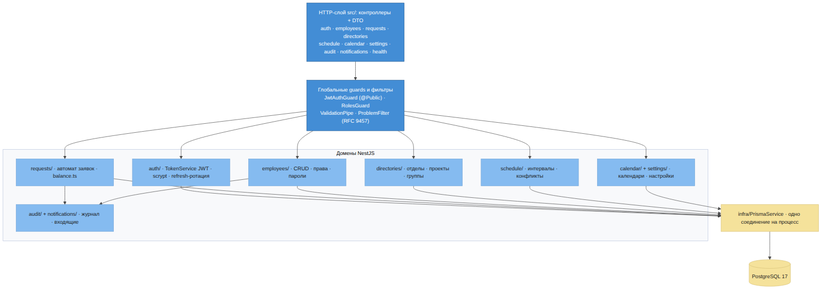
Before: docs/specs/diagrams/03-c3-components.png, a diagram exported from Mermaid (ayurasov/vacation-planner). Its source is kept beside it as tools/diagrams/src/03-c3-components.mmd. Its diagram source:
```mermaid
flowchart TB
    CTRL["HTTP-слой src/: контроллеры + DTO<br/>auth · employees · requests · directories<br/>schedule · calendar · settings · audit · notifications · health"]
    MW["Глобальные guards и фильтры<br/>JwtAuthGuard (@Public) · RolesGuard<br/>ValidationPipe · ProblemFilter (RFC 9457)"]
    subgraph domain["Домены NestJS"]
        AUTH["auth/ · TokenService JWT · scrypt · refresh-ротация"]
        REQ["requests/ · автомат заявок · balance.ts"]
        EMP["employees/ · CRUD · права · пароли"]
        DIR["directories/ · отделы · проекты · группы"]
        SCH["schedule/ · интервалы · конфликты"]
        AUD["audit/ + notifications/ · журнал · входящие"]
        CAL["calendar/ + settings/ · календари · настройки"]
    end
    PRISMA["infra/PrismaService · одно соединение на процесс"]
    DB[("PostgreSQL 17")]
    CTRL --> MW
    MW --> AUTH
    MW --> REQ
    MW --> EMP
    MW --> DIR
    MW --> SCH
    MW --> CAL
    REQ --> AUD
    EMP --> AUD
    AUTH --> PRISMA
    REQ --> PRISMA
    EMP --> PRISMA
    DIR --> PRISMA
    SCH --> PRISMA
    CAL --> PRISMA
    PRISMA --> DB
    classDef layer fill:#438DD5,color:#fff,stroke:#2E6295
    classDef dom fill:#85BBF0,color:#1F1F1F,stroke:#78A8D8
    classDef store fill:#F5E29B,color:#1F1F1F,stroke:#D9C27A
    class MW,CTRL layer
    class AUTH,REQ,EMP,DIR,SCH,AUD,CAL dom
    class PRISMA,DB store
```
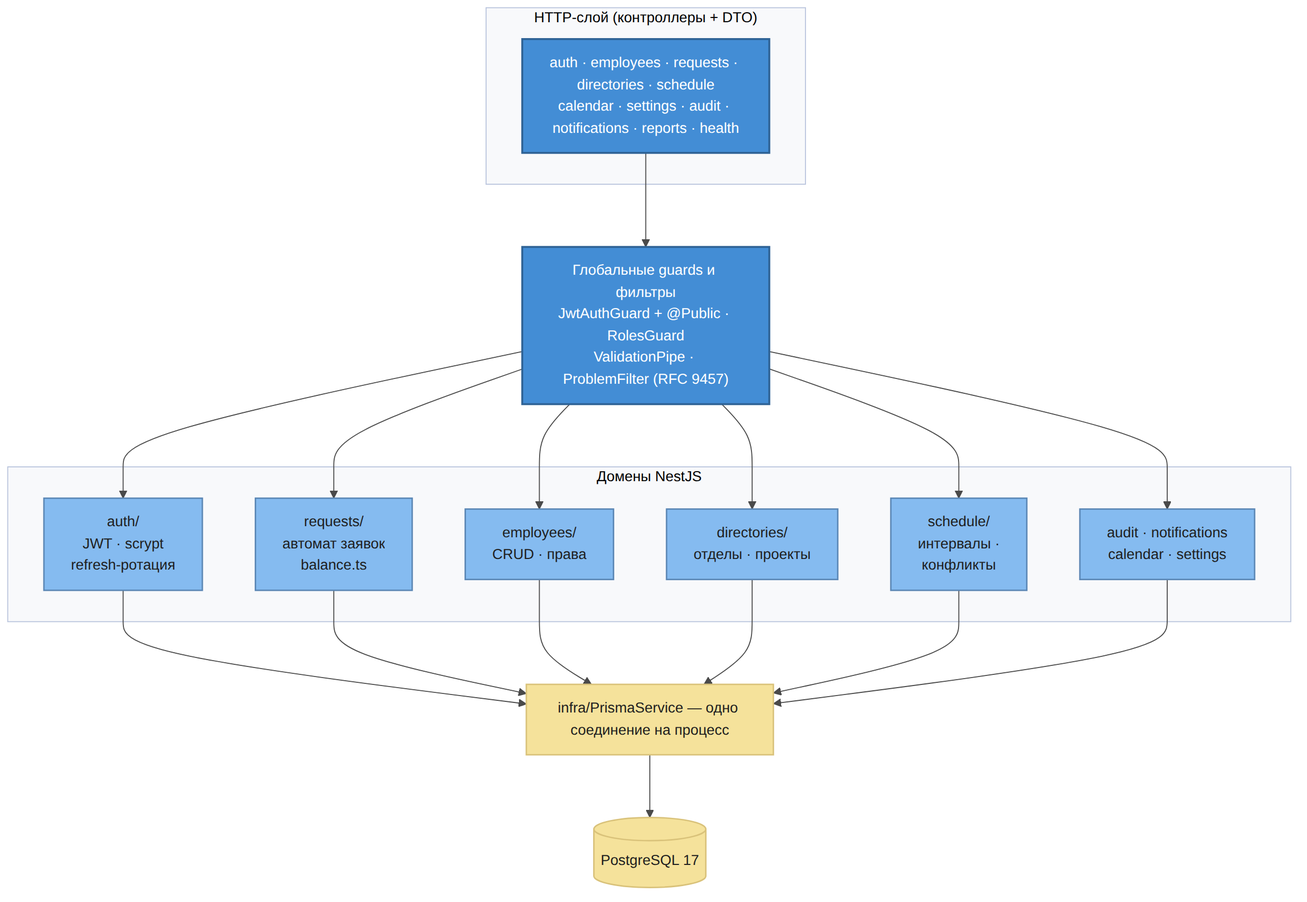
Later version of the same file.

What changed in the source:
```diff
@@ -1,36 +1,26 @@
 flowchart TB
-    CTRL["HTTP-слой src/: контроллеры + DTO<br/>auth · employees · requests · directories<br/>schedule · calendar · settings · audit · notifications · health"]
-    MW["Глобальные guards и фильтры<br/>JwtAuthGuard (@Public) · RolesGuard<br/>ValidationPipe · ProblemFilter (RFC 9457)"]
+    subgraph http["HTTP-слой (контроллеры + DTO)"]
+        CTRL["auth · employees · requests · directories · schedule<br/>calendar · settings · audit · notifications · reports · health"]
+    end
+    MW["Глобальные guards и фильтры<br/>JwtAuthGuard + @Public · RolesGuard<br/>ValidationPipe · ProblemFilter (RFC 9457)"]
     subgraph domain["Домены NestJS"]
-        AUTH["auth/ · TokenService JWT · scrypt · refresh-ротация"]
-        REQ["requests/ · автомат заявок · balance.ts"]
-        EMP["employees/ · CRUD · права · пароли"]
-        DIR["directories/ · отделы · проекты · группы"]
-        SCH["schedule/ · интервалы · конфликты"]
-        AUD["audit/ + notifications/ · журнал · входящие"]
-        CAL["calendar/ + settings/ · календари · настройки"]
+        direction LR
+        AUTH["auth/<br/>JWT · scrypt<br/>refresh-ротация"]
+        REQ["requests/<br/>автомат заявок<br/>balance.ts"]
+        EMP["employees/<br/>CRUD · права"]
+        DIR["directories/<br/>отделы · проекты"]
+        SCH["schedule/<br/>интервалы ·<br/>конфликты"]
+        AUX["audit · notifications<br/>calendar · settings"]
     end
-    PRISMA["infra/PrismaService · одно соединение на процесс"]
+    PRISMA["infra/PrismaService — одно соединение на процесс"]
     DB[("PostgreSQL 17")]
     CTRL --> MW
-    MW --> AUTH
-    MW --> REQ
-    MW --> EMP
-    MW --> DIR
-    MW --> SCH
-    MW --> CAL
-    REQ --> AUD
-    EMP --> AUD
-    AUTH --> PRISMA
-    REQ --> PRISMA
-    EMP --> PRISMA
-    DIR --> PRISMA
-    SCH --> PRISMA
-    CAL --> PRISMA
+    MW --> AUTH & REQ & EMP & DIR & SCH & AUX
     PRISMA --> DB
-    classDef layer fill:#438DD5,color:#fff,stroke:#2E6295
-    classDef dom fill:#85BBF0,color:#1F1F1F,stroke:#78A8D8
-    classDef store fill:#F5E29B,color:#1F1F1F,stroke:#D9C27A
+    AUTH & REQ & EMP & DIR & SCH & AUX --> PRISMA
+    classDef layer fill:#438DD5,color:#fff,stroke:#2E6295,stroke-width:2px
+    classDef dom fill:#85BBF0,color:#1F1F1F,stroke:#5B87B5,stroke-width:1.5px
+    classDef store fill:#F5E29B,color:#1F1F1F,stroke:#D9C27A,stroke-width:1.5px
     class MW,CTRL layer
-    class AUTH,REQ,EMP,DIR,SCH,AUD,CAL dom
+    class AUTH,REQ,EMP,DIR,SCH,AUX dom
     class PRISMA,DB store
```
